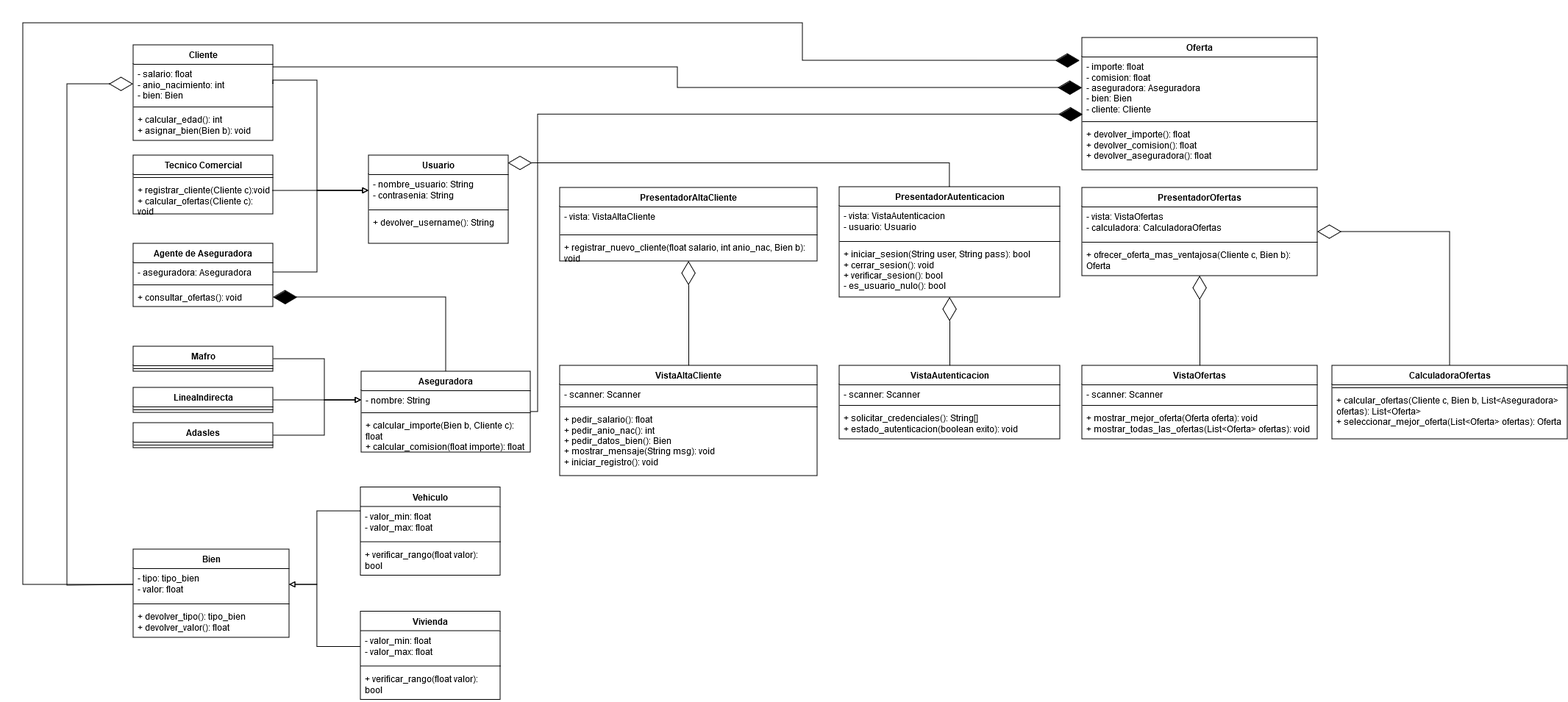
Before: Entrega 2/Diseño Tecnico/diagrama_clases.png, a diagram exported from draw.io (nicochare/final_ingenieria_software). Source tidied: cells renumbered, new cells last; positions are measured from the earlier drawing's top-left corner, leaving out a move shared by most shapes.
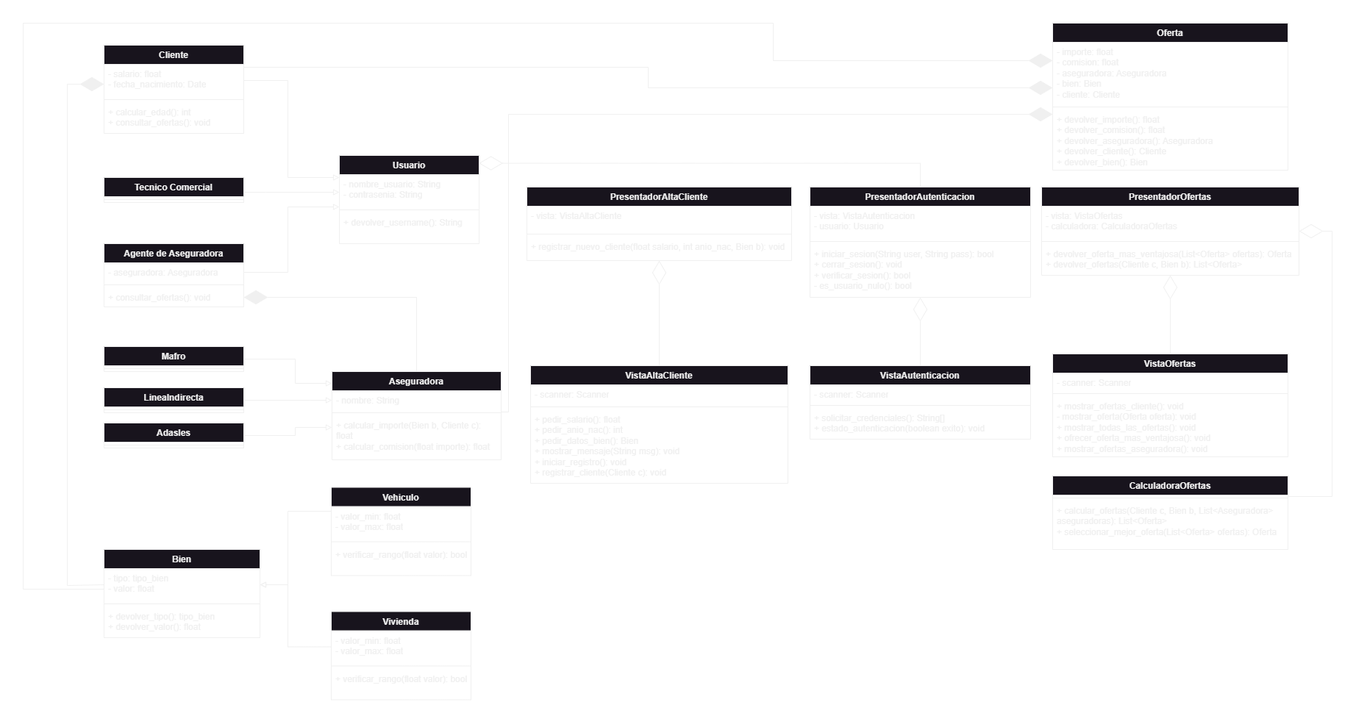
Above is the later version.

The edit, as a diff of the source:
```diff
@@ -5,15 +5,15 @@
     <mxCell id="2" value="Cliente" style="swimlane;fontStyle=1;align=center;verticalAlign=top;horizontal=1;startSize=26;whiteSpace=wrap;html=1;" parent="1" vertex="1">
-      <mxGeometry x="150" y="30" width="190" height="130" as="geometry" />
+      <mxGeometry x="150" y="30" width="190" height="120" as="geometry" />
     </mxCell>
-    <mxCell id="3" value="&lt;div&gt;- salario: float&lt;/div&gt;&lt;div&gt;- anio_nacimiento: int&lt;br&gt;&lt;/div&gt;&lt;div&gt;- bien: Bien&lt;br&gt;&lt;/div&gt;" style="text;strokeColor=none;fillColor=none;align=left;verticalAlign=top;spacingLeft=4;spacingRight=4;overflow=hidden;points=[[0,0.5],[1,0.5]];portConstraint=eastwest;whiteSpace=wrap;html=1;" parent="2" vertex="1">
-      <mxGeometry y="26" width="190" height="54" as="geometry" />
+    <mxCell id="3" value="&lt;div&gt;- salario: float&lt;/div&gt;&lt;div&gt;- fecha_nacimiento: Date&lt;/div&gt;" style="text;strokeColor=none;fillColor=none;align=left;verticalAlign=top;spacingLeft=4;spacingRight=4;overflow=hidden;points=[[0,0.5],[1,0.5]];portConstraint=eastwest;whiteSpace=wrap;html=1;" parent="2" vertex="1">
+      <mxGeometry y="26" width="190" height="44" as="geometry" />
     </mxCell>
     <mxCell id="4" style="line;strokeWidth=1;fillColor=none;align=left;verticalAlign=middle;spacingTop=-1;spacingLeft=3;spacingRight=3;labelPosition=right;strokeColor=inherit;" parent="2" vertex="1">
-      <mxGeometry y="80" width="190" height="8" as="geometry" />
+      <mxGeometry y="70" width="190" height="8" as="geometry" />
     </mxCell>
-    <mxCell id="5" value="&lt;div&gt;+ calcular_edad(): int&lt;/div&gt;&lt;div&gt;+ asignar_bien(Bien b): void&lt;br&gt;&lt;/div&gt;" style="text;strokeColor=none;fillColor=none;align=left;verticalAlign=top;spacingLeft=4;spacingRight=4;overflow=hidden;whiteSpace=wrap;html=1;" parent="2" vertex="1">
-      <mxGeometry y="88" width="190" height="42" as="geometry" />
+    <mxCell id="5" value="&lt;div&gt;+ calcular_edad(): int&lt;/div&gt;&lt;div&gt;+ consultar_ofertas(): void&lt;/div&gt;" style="text;strokeColor=none;fillColor=none;align=left;verticalAlign=top;spacingLeft=4;spacingRight=4;overflow=hidden;whiteSpace=wrap;html=1;" parent="2" vertex="1">
+      <mxGeometry y="78" width="190" height="42" as="geometry" />
     </mxCell>
     <mxCell id="6" value="Tecnico Comercial" style="swimlane;fontStyle=1;align=center;verticalAlign=top;horizontal=1;startSize=26;whiteSpace=wrap;html=1;" parent="1" vertex="1">
-      <mxGeometry x="150" y="180" width="190" height="80" as="geometry" />
+      <mxGeometry x="150" y="210" width="190" height="34" as="geometry" />
     </mxCell>
@@ -22,5 +22,2 @@
     </mxCell>
-    <mxCell id="8" value="&lt;div&gt;+ registrar_cliente(Cliente c):void&lt;/div&gt;&lt;div&gt;+ calcular_ofertas(Cliente c): void&lt;br&gt;&lt;/div&gt;" style="text;strokeColor=none;fillColor=none;align=left;verticalAlign=top;spacingLeft=4;spacingRight=4;overflow=hidden;points=[[0,0.5],[1,0.5]];portConstraint=eastwest;whiteSpace=wrap;html=1;" parent="6" vertex="1">
-      <mxGeometry y="34" width="190" height="46" as="geometry" />
-    </mxCell>
     <mxCell id="9" value="Agente de Aseguradora" style="swimlane;fontStyle=1;align=center;verticalAlign=top;horizontal=1;startSize=26;whiteSpace=wrap;html=1;" parent="1" vertex="1">
@@ -62,3 +59,3 @@
     <mxCell id="21" value="Aseguradora" style="swimlane;fontStyle=1;align=center;verticalAlign=top;horizontal=1;startSize=26;whiteSpace=wrap;html=1;" parent="1" vertex="1">
-      <mxGeometry x="460" y="474" width="230" height="110" as="geometry" />
+      <mxGeometry x="460" y="474" width="230" height="120" as="geometry" />
     </mxCell>
@@ -71,5 +68,5 @@
     <mxCell id="24" value="&lt;div&gt;+ calcular_importe(Bien b, Cliente c): float&lt;/div&gt;&lt;div&gt;+ calcular_comision(float importe): float&lt;br&gt;&lt;/div&gt;" style="text;strokeColor=none;fillColor=none;align=left;verticalAlign=top;spacingLeft=4;spacingRight=4;overflow=hidden;whiteSpace=wrap;html=1;" parent="21" vertex="1">
-      <mxGeometry y="60" width="230" height="50" as="geometry" />
+      <mxGeometry y="60" width="230" height="60" as="geometry" />
     </mxCell>
-    <mxCell id="25" style="rounded=0;jettySize=auto;html=1;entryX=0;entryY=0.5;entryDx=0;entryDy=0;edgeStyle=orthogonalEdgeStyle;endArrow=block;endFill=0;" parent="1" edge="1" source="26" target="22">
+    <mxCell id="25" style="rounded=0;jettySize=auto;html=1;edgeStyle=orthogonalEdgeStyle;endArrow=block;endFill=0;" parent="1" edge="1" source="26" target="21">
       <mxGeometry relative="1" as="geometry">
@@ -77,3 +74,3 @@
           <mxPoint x="410" y="457" />
-          <mxPoint x="410" y="513" />
+          <mxPoint x="410" y="490" />
         </Array>
@@ -87,7 +84,7 @@
     </mxCell>
-    <mxCell id="28" style="rounded=0;jettySize=auto;html=1;entryX=0;entryY=0.5;entryDx=0;entryDy=0;edgeStyle=orthogonalEdgeStyle;endArrow=block;endFill=0;" parent="1" edge="1" source="29" target="22">
+    <mxCell id="28" style="rounded=0;jettySize=auto;html=1;edgeStyle=orthogonalEdgeStyle;endArrow=block;endFill=0;" parent="1" edge="1" source="29" target="21">
       <mxGeometry relative="1" as="geometry">
         <Array as="points">
-          <mxPoint x="380" y="513" />
-          <mxPoint x="380" y="513" />
+          <mxPoint x="430" y="513" />
+          <mxPoint x="430" y="513" />
         </Array>
@@ -101,3 +98,3 @@
     </mxCell>
-    <mxCell id="31" style="rounded=0;jettySize=auto;html=1;entryX=0;entryY=0.5;entryDx=0;entryDy=0;edgeStyle=orthogonalEdgeStyle;endArrow=block;endFill=0;" parent="1" edge="1" source="32" target="22">
+    <mxCell id="31" style="rounded=0;jettySize=auto;html=1;edgeStyle=orthogonalEdgeStyle;endArrow=block;endFill=0;" parent="1" edge="1" source="32" target="21">
       <mxGeometry relative="1" as="geometry">
@@ -105,3 +102,3 @@
           <mxPoint x="410" y="561" />
-          <mxPoint x="410" y="513" />
+          <mxPoint x="410" y="550" />
         </Array>
@@ -116,3 +113,3 @@
     <mxCell id="34" value="Oferta" style="swimlane;fontStyle=1;align=center;verticalAlign=top;horizontal=1;startSize=26;whiteSpace=wrap;html=1;" parent="1" vertex="1">
-      <mxGeometry x="1440" y="20" width="320" height="180" as="geometry" />
+      <mxGeometry x="1440" width="320" height="200" as="geometry" />
     </mxCell>
@@ -124,10 +121,11 @@
     </mxCell>
-    <mxCell id="37" value="&lt;div&gt;+ devolver_importe(): float&lt;/div&gt;&lt;div&gt;&lt;div&gt;+ devolver_comision(): float&lt;/div&gt;&lt;div&gt;&lt;div&gt;+ devolver_aseguradora(): float&lt;/div&gt;&lt;br&gt;&lt;br&gt;&lt;/div&gt;&lt;/div&gt;" style="text;strokeColor=none;fillColor=none;align=left;verticalAlign=top;spacingLeft=4;spacingRight=4;overflow=hidden;whiteSpace=wrap;html=1;" parent="34" vertex="1">
-      <mxGeometry y="118" width="320" height="62" as="geometry" />
+    <mxCell id="37" value="&lt;div&gt;+ devolver_importe(): float&lt;/div&gt;&lt;div&gt;&lt;div&gt;+ devolver_comision(): float&lt;/div&gt;&lt;div&gt;&lt;div&gt;+ devolver_aseguradora(): Aseguradora&lt;/div&gt;&lt;/div&gt;&lt;/div&gt;&lt;div&gt;+ devolver_cliente(): Cliente&lt;/div&gt;&lt;div&gt;+ devolver_bien(): Bien&lt;/div&gt;" style="text;strokeColor=none;fillColor=none;align=left;verticalAlign=top;spacingLeft=4;spacingRight=4;overflow=hidden;whiteSpace=wrap;html=1;" parent="34" vertex="1">
+      <mxGeometry y="118" width="320" height="82" as="geometry" />
     </mxCell>
-    <mxCell id="38" style="edgeStyle=orthogonalEdgeStyle;rounded=0;jettySize=auto;html=1;exitX=1;exitY=0.5;exitDx=0;exitDy=0;entryX=0;entryY=0.5;entryDx=0;entryDy=0;endArrow=block;endFill=0;" parent="1" edge="1" source="3" target="14">
+    <mxCell id="38" style="edgeStyle=orthogonalEdgeStyle;rounded=0;jettySize=auto;html=1;exitX=1;exitY=0.5;exitDx=0;exitDy=0;endArrow=block;endFill=0;" parent="1" edge="1" source="3" target="13">
       <mxGeometry relative="1" as="geometry">
         <Array as="points">
+          <mxPoint x="340" y="78" />
           <mxPoint x="400" y="78" />
-          <mxPoint x="400" y="228" />
+          <mxPoint x="400" y="210" />
         </Array>
@@ -135,3 +133,3 @@
     </mxCell>
-    <mxCell id="39" style="edgeStyle=orthogonalEdgeStyle;rounded=0;jettySize=auto;html=1;exitX=1;exitY=0.5;exitDx=0;exitDy=0;entryX=0;entryY=0.5;entryDx=0;entryDy=0;endArrow=block;endFill=0;" parent="1" edge="1" source="10" target="14">
+    <mxCell id="39" style="edgeStyle=orthogonalEdgeStyle;rounded=0;jettySize=auto;html=1;exitX=1;exitY=0.5;exitDx=0;exitDy=0;endArrow=block;endFill=0;" parent="1" edge="1" source="10" target="13">
       <mxGeometry relative="1" as="geometry">
@@ -139,3 +137,3 @@
           <mxPoint x="400" y="339" />
-          <mxPoint x="400" y="228" />
+          <mxPoint x="400" y="250" />
         </Array>
@@ -143,4 +141,9 @@
     </mxCell>
-    <mxCell id="40" style="edgeStyle=orthogonalEdgeStyle;rounded=0;jettySize=auto;html=1;endArrow=block;endFill=0;entryX=0;entryY=0.5;entryDx=0;entryDy=0;exitX=0.998;exitY=0.303;exitDx=0;exitDy=0;exitPerimeter=0;" parent="1" edge="1" source="8" target="14">
-      <mxGeometry relative="1" as="geometry" />
+    <mxCell id="40" style="edgeStyle=orthogonalEdgeStyle;rounded=0;jettySize=auto;html=1;endArrow=block;endFill=0;" parent="1" edge="1" source="6" target="13">
+      <mxGeometry relative="1" as="geometry">
+        <Array as="points">
+          <mxPoint x="370" y="230" />
+          <mxPoint x="370" y="230" />
+        </Array>
+      </mxGeometry>
     </mxCell>
@@ -177,18 +180,23 @@
     <mxCell id="51" style="edgeStyle=orthogonalEdgeStyle;rounded=0;jettySize=auto;html=1;endArrow=none;endFill=0;startArrow=diamondThin;startFill=0;startSize=30;" parent="1" edge="1" source="52" target="79">
-      <mxGeometry relative="1" as="geometry" />
+      <mxGeometry relative="1" as="geometry">
+        <Array as="points">
+          <mxPoint x="1820" y="283" />
+          <mxPoint x="1820" y="644" />
+        </Array>
+      </mxGeometry>
     </mxCell>
     <mxCell id="52" value="PresentadorOfertas" style="swimlane;fontStyle=1;align=center;verticalAlign=top;horizontal=1;startSize=26;whiteSpace=wrap;html=1;" parent="1" vertex="1">
-      <mxGeometry x="1440" y="224" width="320" height="120" as="geometry" />
+      <mxGeometry x="1425" y="223" width="350" height="120" as="geometry" />
     </mxCell>
     <mxCell id="53" value="&lt;div&gt;- vista: VistaOfertas&lt;/div&gt;&lt;div&gt;- calculadora: CalculadoraOfertas&lt;br&gt;&lt;/div&gt;" style="text;strokeColor=none;fillColor=none;align=left;verticalAlign=top;spacingLeft=4;spacingRight=4;overflow=hidden;whiteSpace=wrap;html=1;" parent="52" vertex="1">
-      <mxGeometry y="26" width="320" height="44" as="geometry" />
+      <mxGeometry y="26" width="350" height="44" as="geometry" />
     </mxCell>
     <mxCell id="54" style="line;strokeWidth=1;fillColor=none;align=left;verticalAlign=middle;spacingTop=-1;spacingLeft=3;spacingRight=3;labelPosition=right;strokeColor=inherit;" parent="52" vertex="1">
-      <mxGeometry y="70" width="320" height="8" as="geometry" />
+      <mxGeometry y="70" width="350" height="8" as="geometry" />
     </mxCell>
-    <mxCell id="55" value="&lt;div&gt;+ ofrecer_oferta_mas_ventajosa(Cliente c, Bien b): Oferta&lt;br&gt;&lt;/div&gt;" style="text;strokeColor=none;fillColor=none;align=left;verticalAlign=top;spacingLeft=4;spacingRight=4;overflow=hidden;whiteSpace=wrap;html=1;" parent="52" vertex="1">
-      <mxGeometry y="78" width="320" height="42" as="geometry" />
+    <mxCell id="55" value="&lt;div&gt;+ devolver_oferta_mas_ventajosa(List&amp;lt;Oferta&amp;gt; ofertas): Oferta&lt;br&gt;&lt;/div&gt;&lt;div&gt;+ devolver_ofertas(Cliente c, Bien b): List&amp;lt;Oferta&amp;gt;&lt;/div&gt;" style="text;strokeColor=none;fillColor=none;align=left;verticalAlign=top;spacingLeft=4;spacingRight=4;overflow=hidden;whiteSpace=wrap;html=1;" parent="52" vertex="1">
+      <mxGeometry y="78" width="350" height="42" as="geometry" />
     </mxCell>
     <mxCell id="56" value="VistaOfertas" style="swimlane;fontStyle=1;align=center;verticalAlign=top;horizontal=1;startSize=26;whiteSpace=wrap;html=1;" parent="1" vertex="1">
-      <mxGeometry x="1440" y="466" width="320" height="100" as="geometry" />
+      <mxGeometry x="1440" y="450" width="320" height="140" as="geometry" />
     </mxCell>
@@ -200,4 +208,4 @@
     </mxCell>
-    <mxCell id="59" value="&lt;div&gt;+ mostrar_mejor_oferta(Oferta oferta): void&lt;/div&gt;&lt;div&gt;+ mostrar_todas_las_ofertas(List&amp;lt;Oferta&amp;gt; ofertas): void&lt;/div&gt;" style="text;strokeColor=none;fillColor=none;align=left;verticalAlign=top;spacingLeft=4;spacingRight=4;overflow=hidden;whiteSpace=wrap;html=1;" parent="56" vertex="1">
-      <mxGeometry y="58" width="320" height="42" as="geometry" />
+    <mxCell id="59" value="&lt;div&gt;+ mostrar_ofertas_cliente(): void&lt;/div&gt;&lt;div&gt;- mostrar_oferta(Oferta oferta): void&lt;/div&gt;&lt;div&gt;+ mostrar_todas_las_ofertas(): void&lt;/div&gt;&lt;div&gt;+&amp;nbsp;&lt;span style=&quot;background-color: initial;&quot;&gt;ofrecer_oferta_mas_ventajosa(): void&lt;/span&gt;&lt;/div&gt;&lt;div&gt;+ mostrar_ofertas_aseguradora(): void&lt;/div&gt;" style="text;strokeColor=none;fillColor=none;align=left;verticalAlign=top;spacingLeft=4;spacingRight=4;overflow=hidden;whiteSpace=wrap;html=1;" parent="56" vertex="1">
+      <mxGeometry y="58" width="320" height="82" as="geometry" />
     </mxCell>
@@ -207,15 +215,15 @@
     <mxCell id="61" value="PresentadorAltaCliente" style="swimlane;fontStyle=1;align=center;verticalAlign=top;horizontal=1;startSize=26;whiteSpace=wrap;html=1;" parent="1" vertex="1">
-      <mxGeometry x="730" y="224" width="350" height="100" as="geometry" />
+      <mxGeometry x="725" y="223" width="360" height="100" as="geometry" />
     </mxCell>
     <mxCell id="62" value="&lt;div&gt;- vista: VistaAltaCliente&lt;/div&gt;" style="text;strokeColor=none;fillColor=none;align=left;verticalAlign=top;spacingLeft=4;spacingRight=4;overflow=hidden;whiteSpace=wrap;html=1;" parent="61" vertex="1">
-      <mxGeometry y="26" width="350" height="34" as="geometry" />
+      <mxGeometry y="26" width="360" height="34" as="geometry" />
     </mxCell>
     <mxCell id="63" style="line;strokeWidth=1;fillColor=none;align=left;verticalAlign=middle;spacingTop=-1;spacingLeft=3;spacingRight=3;labelPosition=right;strokeColor=inherit;" parent="61" vertex="1">
-      <mxGeometry y="60" width="350" height="8" as="geometry" />
+      <mxGeometry y="60" width="360" height="8" as="geometry" />
     </mxCell>
     <mxCell id="64" value="&lt;div&gt;+ registrar_nuevo_cliente(float salario, int anio_nac, Bien b): void&lt;/div&gt;&lt;div&gt;&lt;br&gt;&lt;/div&gt;" style="text;strokeColor=none;fillColor=none;align=left;verticalAlign=top;spacingLeft=4;spacingRight=4;overflow=hidden;whiteSpace=wrap;html=1;" parent="61" vertex="1">
-      <mxGeometry y="68" width="350" height="32" as="geometry" />
+      <mxGeometry y="68" width="360" height="32" as="geometry" />
     </mxCell>
     <mxCell id="65" value="VistaAltaCliente" style="swimlane;fontStyle=1;align=center;verticalAlign=top;horizontal=1;startSize=26;whiteSpace=wrap;html=1;" parent="1" vertex="1">
-      <mxGeometry x="730" y="466" width="350" height="150" as="geometry" />
+      <mxGeometry x="730" y="466" width="350" height="160" as="geometry" />
     </mxCell>
@@ -227,4 +235,4 @@
     </mxCell>
-    <mxCell id="68" value="&lt;div&gt;+ pedir_salario(): float&lt;/div&gt;&lt;div&gt;+ pedir_anio_nac(): int&lt;/div&gt;&lt;div&gt;+ pedir_datos_bien(): Bien&lt;br&gt;&lt;/div&gt;&lt;div&gt;+ mostrar_mensaje(String msg): void&lt;/div&gt;&lt;div&gt;+ iniciar_registro(): void&lt;br&gt;&lt;/div&gt;" style="text;strokeColor=none;fillColor=none;align=left;verticalAlign=top;spacingLeft=4;spacingRight=4;overflow=hidden;whiteSpace=wrap;html=1;" parent="65" vertex="1">
-      <mxGeometry y="60" width="350" height="90" as="geometry" />
+    <mxCell id="68" value="&lt;div&gt;+ pedir_salario(): float&lt;/div&gt;&lt;div&gt;+ pedir_anio_nac(): int&lt;/div&gt;&lt;div&gt;+ pedir_datos_bien(): Bien&lt;br&gt;&lt;/div&gt;&lt;div&gt;+ mostrar_mensaje(String msg): void&lt;/div&gt;&lt;div&gt;+ iniciar_registro(): void&lt;br&gt;&lt;/div&gt;&lt;div&gt;+ registrar_cliente(Cliente c): void&lt;br&gt;&lt;/div&gt;" style="text;strokeColor=none;fillColor=none;align=left;verticalAlign=top;spacingLeft=4;spacingRight=4;overflow=hidden;whiteSpace=wrap;html=1;" parent="65" vertex="1">
+      <mxGeometry y="60" width="350" height="100" as="geometry" />
     </mxCell>
@@ -271,3 +279,3 @@
     <mxCell id="79" value="CalculadoraOfertas" style="swimlane;fontStyle=1;align=center;verticalAlign=top;horizontal=1;startSize=26;whiteSpace=wrap;html=1;" parent="1" vertex="1">
-      <mxGeometry x="1780" y="466" width="320" height="100" as="geometry" />
+      <mxGeometry x="1440" y="616" width="320" height="100" as="geometry" />
     </mxCell>
@@ -276,10 +284,11 @@
     </mxCell>
-    <mxCell id="81" value="&lt;div&gt;+ calcular_ofertas(Cliente c, Bien b, List&amp;lt;Aseguradora&amp;gt; ofertas): List&amp;lt;Oferta&amp;gt;&lt;/div&gt;&lt;div&gt;+ seleccionar_mejor_oferta(List&amp;lt;Oferta&amp;gt; ofertas): Oferta&lt;/div&gt;" style="text;strokeColor=none;fillColor=none;align=left;verticalAlign=top;spacingLeft=4;spacingRight=4;overflow=hidden;whiteSpace=wrap;html=1;" parent="79" vertex="1">
+    <mxCell id="81" value="&lt;div&gt;+ calcular_ofertas(Cliente c, Bien b, List&amp;lt;Aseguradora&amp;gt; aseguradoras): List&amp;lt;Oferta&amp;gt;&lt;/div&gt;&lt;div&gt;+ seleccionar_mejor_oferta(List&amp;lt;Oferta&amp;gt; ofertas): Oferta&lt;/div&gt;" style="text;strokeColor=none;fillColor=none;align=left;verticalAlign=top;spacingLeft=4;spacingRight=4;overflow=hidden;whiteSpace=wrap;html=1;" parent="79" vertex="1">
       <mxGeometry y="34" width="320" height="66" as="geometry" />
     </mxCell>
-    <mxCell id="82" style="edgeStyle=orthogonalEdgeStyle;rounded=0;jettySize=auto;html=1;entryX=0;entryY=0.5;entryDx=0;entryDy=0;startArrow=diamondThin;startFill=0;startSize=30;endArrow=none;endFill=0;" parent="1" edge="1" source="3" target="18">
+    <mxCell id="82" style="edgeStyle=orthogonalEdgeStyle;rounded=0;jettySize=auto;html=1;entryX=0;entryY=0.5;entryDx=0;entryDy=0;startArrow=diamondThin;startFill=1;startSize=30;endArrow=none;endFill=0;" parent="1" edge="1" source="3" target="18">
       <mxGeometry relative="1" as="geometry">
         <Array as="points">
-          <mxPoint x="60" y="83" />
-          <mxPoint x="60" y="765" />
+          <mxPoint x="100" y="83" />
+          <mxPoint x="100" y="765" />
+          <mxPoint x="150" y="765" />
         </Array>
@@ -290,3 +299,3 @@
     </mxCell>
-    <mxCell id="84" style="edgeStyle=orthogonalEdgeStyle;rounded=0;jettySize=auto;html=1;entryX=0;entryY=0.5;entryDx=0;entryDy=0;endArrow=diamondThin;endFill=1;endSize=30;" parent="1" edge="1" source="3" target="35">
+    <mxCell id="84" style="edgeStyle=orthogonalEdgeStyle;rounded=0;jettySize=auto;html=1;endArrow=diamondThin;endFill=1;endSize=30;" parent="1" edge="1" source="3" target="34">
       <mxGeometry relative="1" as="geometry">
@@ -298,3 +307,3 @@
     </mxCell>
-    <mxCell id="85" style="edgeStyle=orthogonalEdgeStyle;rounded=0;jettySize=auto;html=1;entryX=0.003;entryY=0.933;entryDx=0;entryDy=0;entryPerimeter=0;endArrow=diamondThin;endFill=1;endSize=30;" parent="1" edge="1" source="21" target="35">
+    <mxCell id="85" style="edgeStyle=orthogonalEdgeStyle;rounded=0;jettySize=auto;html=1;endArrow=diamondThin;endFill=1;endSize=30;" parent="1" edge="1" source="21" target="34">
       <mxGeometry relative="1" as="geometry">
@@ -313,7 +322,7 @@
     </mxCell>
-    <mxCell id="87" style="edgeStyle=orthogonalEdgeStyle;rounded=0;jettySize=auto;html=1;entryX=-0.01;entryY=0.06;entryDx=0;entryDy=0;entryPerimeter=0;endArrow=diamondThin;endFill=1;endSize=30;" parent="1" edge="1" source="18" target="35">
+    <mxCell id="87" style="edgeStyle=orthogonalEdgeStyle;rounded=0;jettySize=auto;html=1;endArrow=diamondThin;endFill=1;endSize=30;" parent="1" edge="1" source="18" target="34">
       <mxGeometry relative="1" as="geometry">
         <Array as="points">
-          <mxPoint y="764" />
-          <mxPoint />
+          <mxPoint x="40" y="770" />
+          <mxPoint x="40" />
           <mxPoint x="1060" />
```
